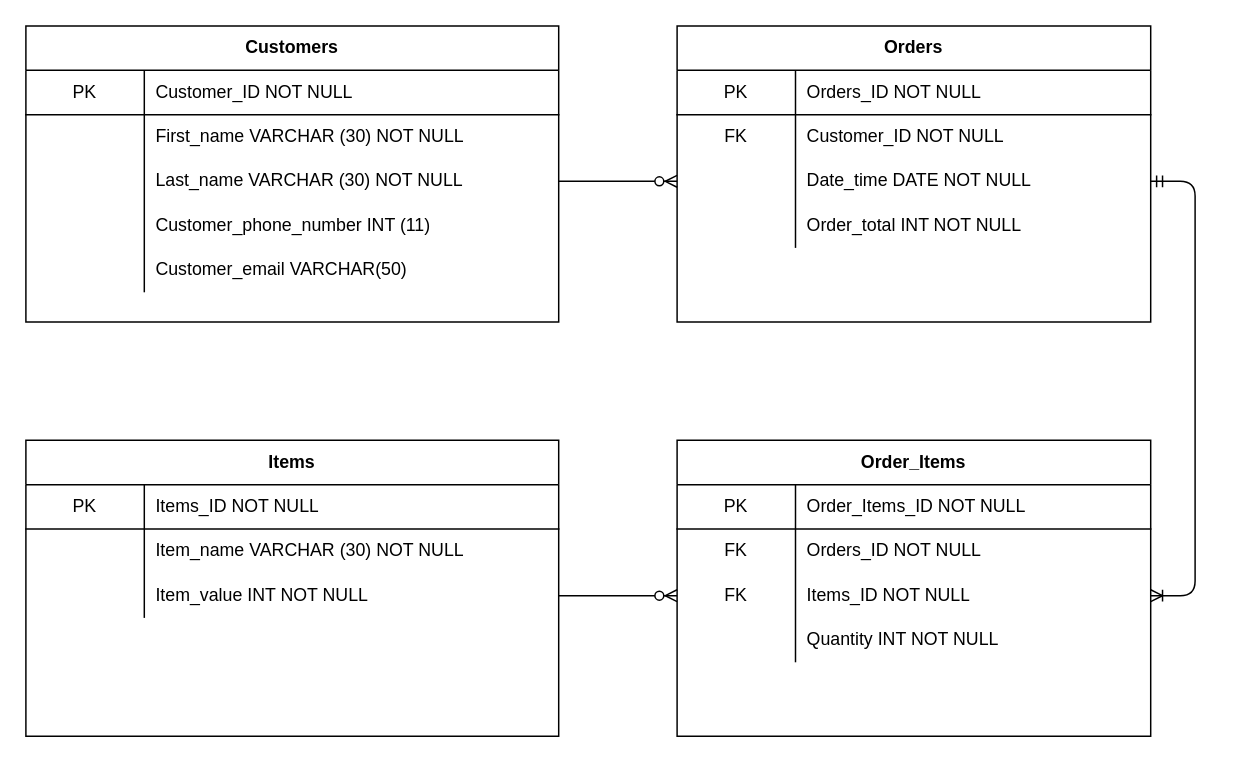
Above: Copy of Untitled Diagram.drawio in AWalker2112/IMS-Starter (draw.io), before the change. Source tidied: cells renumbered, new cells numbered last; positions are measured from the earlier drawing's top-left corner, leaving out a move shared by most shapes. Both pictures are drawn from the tidied source at 148%, with x=0, y=0 at pixel (25, 25).
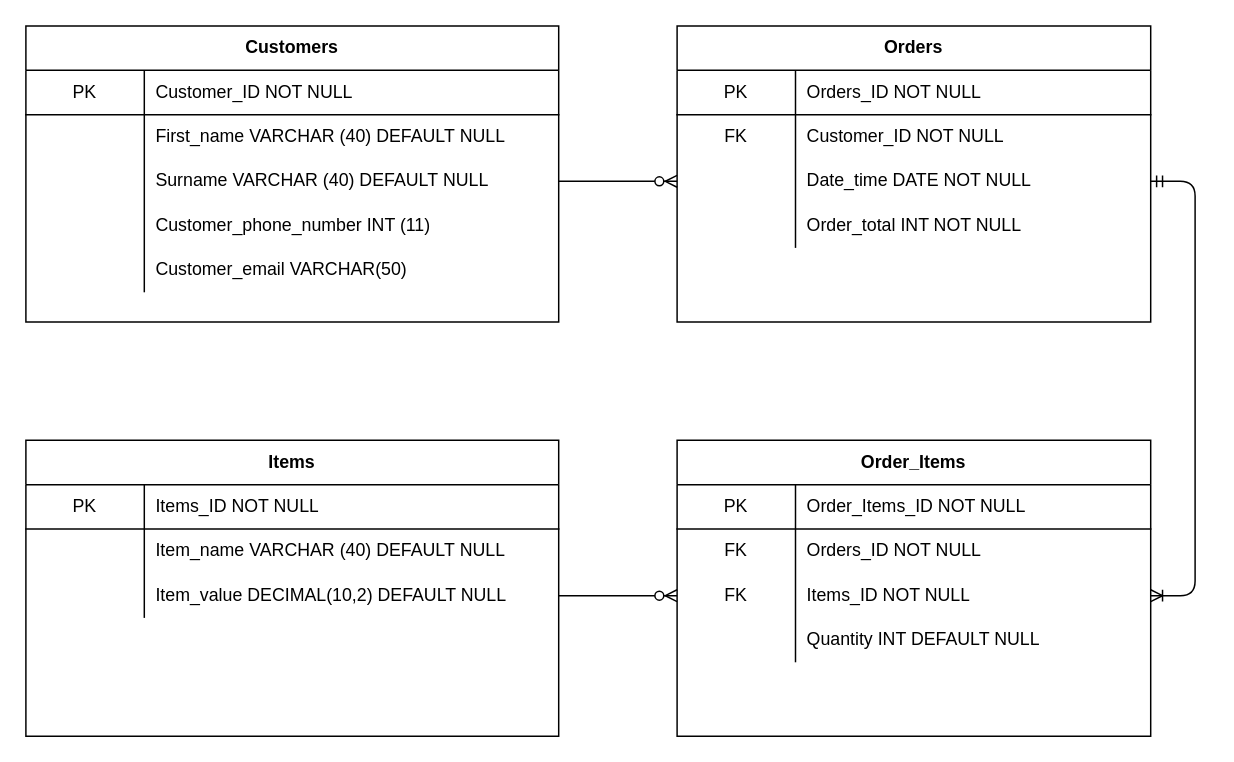
After the change.

The change refers to these unchanged cells:
```xml
<mxCell id="6" style="shape=partialRectangle;html=1;whiteSpace=wrap;fillColor=none;top=0;left=0;bottom=0;right=0;" parent="2" vertex="1">
  <mxGeometry y="60" width="360" height="30" as="geometry" />
</mxCell>
<mxCell id="9" style="shape=partialRectangle;html=1;whiteSpace=wrap;fillColor=none;top=0;left=0;bottom=0;right=0;points=[[0,0.5],[1,0.5]];portConstraint=eastwest;" parent="2" vertex="1">
  <mxGeometry y="90" width="360" height="30" as="geometry" />
</mxCell>
<mxCell id="35" style="shape=partialRectangle;html=1;whiteSpace=wrap;fillColor=none;top=0;left=0;bottom=0;right=0;" parent="31" vertex="1">
  <mxGeometry y="60" width="360" height="30" as="geometry" />
</mxCell>
<mxCell id="38" style="shape=partialRectangle;html=1;whiteSpace=wrap;fillColor=none;top=0;left=0;bottom=0;right=0;points=[[0,0.5],[1,0.5]];portConstraint=eastwest;" parent="31" vertex="1">
  <mxGeometry y="90" width="360" height="30" as="geometry" />
</mxCell>
<mxCell id="51" style="shape=partialRectangle;html=1;whiteSpace=wrap;fillColor=none;top=0;left=0;bottom=0;right=0;" parent="41" vertex="1">
  <mxGeometry y="120" width="320" height="30" as="geometry" />
</mxCell>
```

What changed in the source:
```diff
@@
-    <mxCell id="8" value="First_name VARCHAR (30) NOT NULL" style="shape=partialRectangle;html=1;whiteSpace=wrap;fillColor=none;top=0;left=0;bottom=0;right=0;align=left;spacingLeft=6;overflow=hidden;" parent="6" vertex="1">
+    <mxCell id="8" value="First_name VARCHAR (40) DEFAULT&amp;nbsp;NULL" style="shape=partialRectangle;html=1;whiteSpace=wrap;fillColor=none;top=0;left=0;bottom=0;right=0;align=left;spacingLeft=6;overflow=hidden;" parent="6" vertex="1">
       <mxGeometry x="80" width="280" height="30" as="geometry" />
     </mxCell>
@@
-    <mxCell id="11" value="Last_name VARCHAR (30) NOT NULL" style="shape=partialRectangle;html=1;whiteSpace=wrap;fillColor=none;top=0;left=0;bottom=0;right=0;align=left;spacingLeft=6;overflow=hidden;" parent="9" vertex="1">
+    <mxCell id="11" value="Surname VARCHAR (40) DEFAULT&amp;nbsp;NULL" style="shape=partialRectangle;html=1;whiteSpace=wrap;fillColor=none;top=0;left=0;bottom=0;right=0;align=left;spacingLeft=6;overflow=hidden;" parent="9" vertex="1">
       <mxGeometry x="80" width="280" height="30" as="geometry" />
     </mxCell>
@@
-    <mxCell id="37" value="Item_name VARCHAR (30) NOT NULL" style="shape=partialRectangle;html=1;whiteSpace=wrap;fillColor=none;top=0;left=0;bottom=0;right=0;align=left;spacingLeft=6;overflow=hidden;" parent="35" vertex="1">
+    <mxCell id="37" value="Item_name VARCHAR (40) DEFAULT&amp;nbsp;NULL" style="shape=partialRectangle;html=1;whiteSpace=wrap;fillColor=none;top=0;left=0;bottom=0;right=0;align=left;spacingLeft=6;overflow=hidden;" parent="35" vertex="1">
       <mxGeometry x="80" width="280" height="30" as="geometry" />
     </mxCell>
@@
-    <mxCell id="40" value="Item_value INT NOT NULL" style="shape=partialRectangle;html=1;whiteSpace=wrap;fillColor=none;top=0;left=0;bottom=0;right=0;align=left;spacingLeft=6;overflow=hidden;" parent="38" vertex="1">
+    <mxCell id="40" value="Item_value&amp;nbsp;DECIMAL(10,2) DEFAULT NULL" style="shape=partialRectangle;html=1;whiteSpace=wrap;fillColor=none;top=0;left=0;bottom=0;right=0;align=left;spacingLeft=6;overflow=hidden;" parent="38" vertex="1">
       <mxGeometry x="80" width="280" height="30" as="geometry" />
     </mxCell>
@@
-    <mxCell id="53" value="Quantity INT NOT NULL" style="shape=partialRectangle;html=1;whiteSpace=wrap;fillColor=none;top=0;left=0;bottom=0;right=0;align=left;spacingLeft=6;overflow=hidden;" parent="51" vertex="1">
+    <mxCell id="53" value="Quantity INT DEFAULT NULL" style="shape=partialRectangle;html=1;whiteSpace=wrap;fillColor=none;top=0;left=0;bottom=0;right=0;align=left;spacingLeft=6;overflow=hidden;" parent="51" vertex="1">
       <mxGeometry x="80" width="240" height="30" as="geometry" />
     </mxCell>
```
